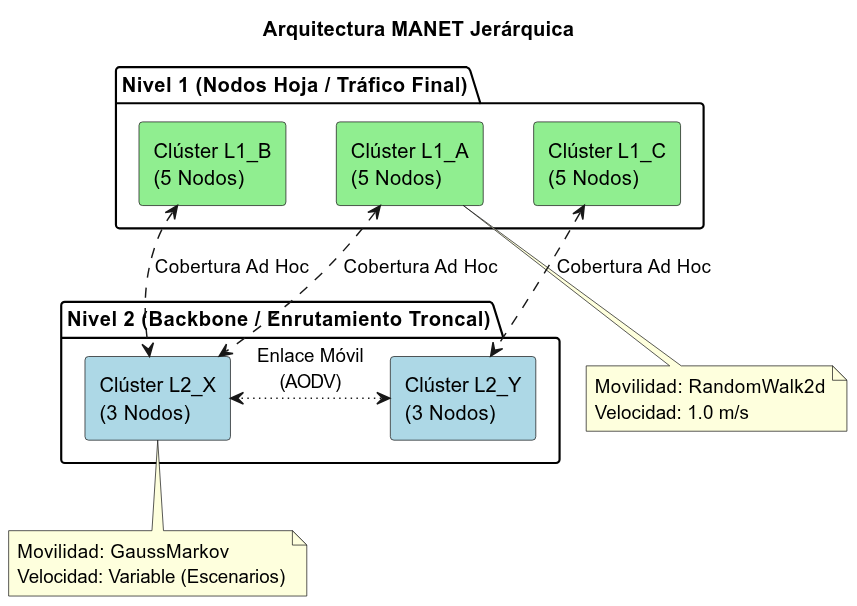
JavierGiraldo2212/EstocasticosUNAL-2026-I keeps this PlantUML diagram as Taller_1_MANET/design/topologia.png. Above is the earlier version. Its source is kept beside it as Taller_1_MANET/design/topologia.puml. Source of this version:
```plantuml
@startuml
skinparam handwritten false
skinparam componentStyle rectangle
skinparam shadowing false

title Arquitectura MANET Jerárquica

package "Nivel 2 (Backbone / Enrutamiento Troncal)" {
    component [Clúster L2_X\n(3 Nodos)] as CX #LightBlue
    component [Clúster L2_Y\n(3 Nodos)] as CY #LightBlue
    CX <~left~> CY : Enlace Móvil\n(AODV)
}

package "Nivel 1 (Nodos Hoja / Tráfico Final)" {
    component [Clúster L1_A\n(5 Nodos)] as CA #LightGreen
    component [Clúster L1_B\n(5 Nodos)] as CB #LightGreen
    component [Clúster L1_C\n(5 Nodos)] as CC #LightGreen
}

CA <..> CX : Cobertura Ad Hoc
CB <..> CX : Cobertura Ad Hoc
CC <..> CY : Cobertura Ad Hoc

note bottom of CX
  Movilidad: GaussMarkov
  Velocidad: Variable (Escenarios)
end note

note bottom of CA
  Movilidad: RandomWalk2d
  Velocidad: 1.0 m/s
end note
@enduml
```
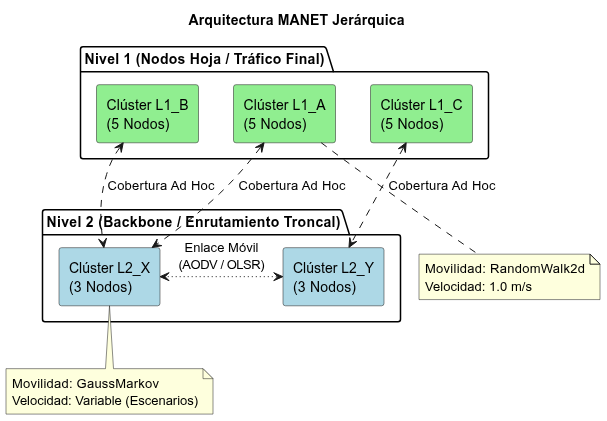
The same diagram one commit later.

The edit, as a diff of the source:
```diff
@@ -8,7 +8,7 @@
 package "Nivel 2 (Backbone / Enrutamiento Troncal)" {
     component [Clúster L2_X\n(3 Nodos)] as CX #LightBlue
     component [Clúster L2_Y\n(3 Nodos)] as CY #LightBlue
-    CX <~left~> CY : Enlace Móvil\n(AODV)
+    CX <~left~> CY : Enlace Móvil\n(AODV / OLSR)
 }
 
 package "Nivel 1 (Nodos Hoja / Tráfico Final)" {
```
